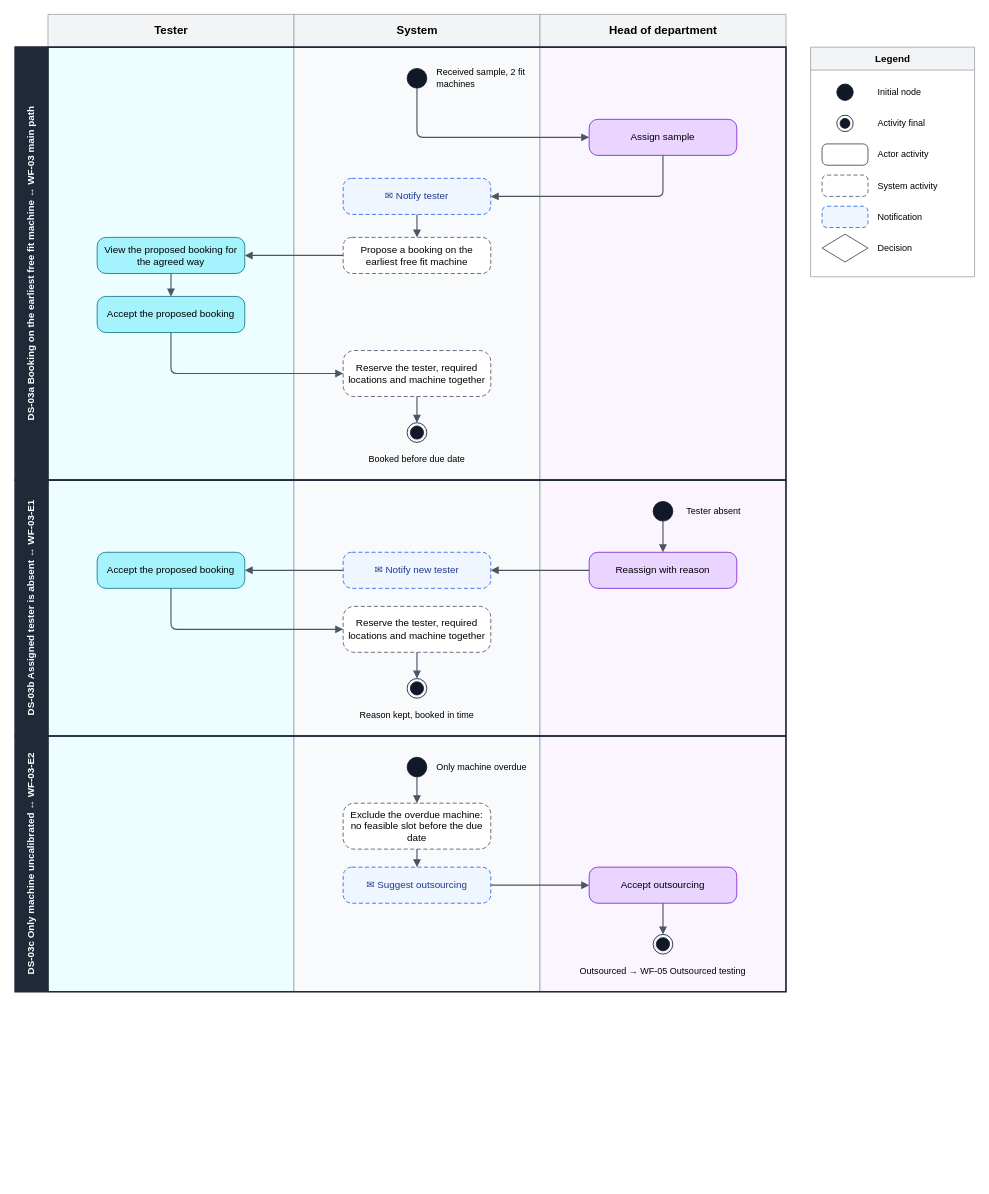
SoltuneMontepre/medilab keeps this draw.io diagram as page "WF-03 Demo scenarios" (2 of 2) of docs/reports/activity-diagram/flows-work-of-tuyen/[Flow] WF-03 Testing assignment and scheduling.drawio. Above is the earlier version. Source tidied: cells renumbered, new cells numbered last; positions are measured from the earlier drawing's top-left corner, leaving out a move shared by most shapes. Both pictures are drawn from the tidied source at 82%, with x=0, y=0 at pixel (15, 14).
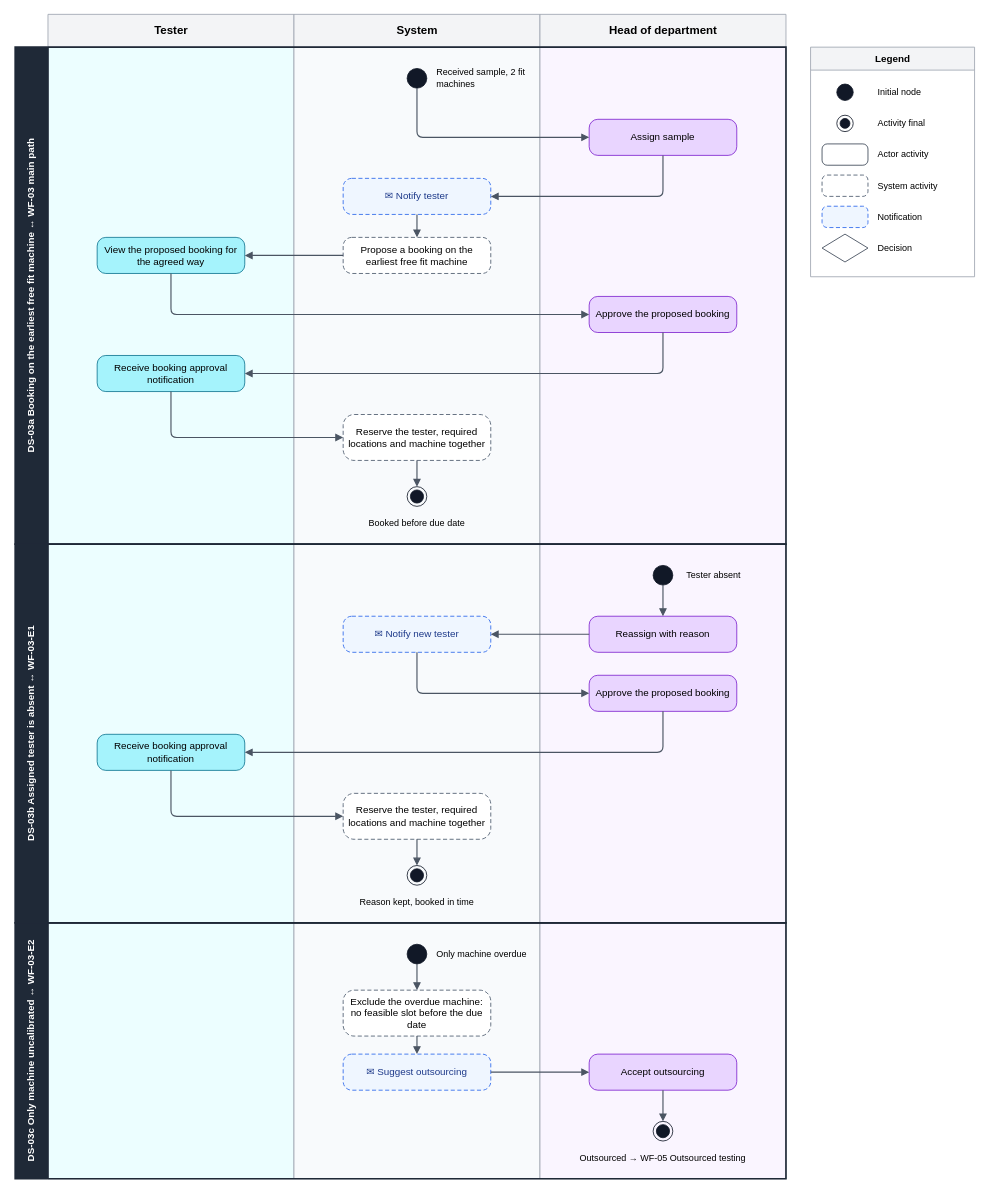
Above is the later version.

Commit message (it also covers changes not shown here):
[docs] Have the head approve every feasible WF-03 booking

Unchanged cells that the change refers to:
```xml
<mxCell id="9" value="View the proposed booking for the agreed way" style="rounded=1;arcSize=24;whiteSpace=wrap;html=1;fontSize=12;fillColor=#A5F3FC;strokeColor=#0E7490;" parent="1" vertex="1">
  <mxGeometry x="100" y="272" width="180" height="44" as="geometry" />
</mxCell>
```

Diff of the diagram source:
```diff
@@
     <mxCell id="2" value="Tester" style="swimlane;startSize=40;fillColor=#F3F4F6;swimlaneFillColor=#ECFEFF;strokeColor=#9CA3AF;fontStyle=1;fontSize=14;html=1;" parent="1" vertex="1">
-      <mxGeometry x="40" width="300" height="1192" as="geometry" />
+      <mxGeometry x="40" width="300" height="1420" as="geometry" />
     </mxCell>
     <mxCell id="3" value="System" style="swimlane;startSize=40;fillColor=#F3F4F6;swimlaneFillColor=#F8FAFC;strokeColor=#9CA3AF;fontStyle=1;fontSize=14;html=1;" parent="1" vertex="1">
-      <mxGeometry x="340" width="300" height="1192" as="geometry" />
+      <mxGeometry x="340" width="300" height="1420" as="geometry" />
     </mxCell>
     <mxCell id="4" value="Head of department" style="swimlane;startSize=40;fillColor=#F3F4F6;swimlaneFillColor=#FAF5FF;strokeColor=#9CA3AF;fontStyle=1;fontSize=14;html=1;" parent="1" vertex="1">
-      <mxGeometry x="640" width="300" height="1192" as="geometry" />
+      <mxGeometry x="640" width="300" height="1420" as="geometry" />
     </mxCell>
@@
-    <mxCell id="11" value="Accept the proposed booking" style="rounded=1;arcSize=24;whiteSpace=wrap;html=1;fontSize=12;fillColor=#A5F3FC;strokeColor=#0E7490;" parent="1" vertex="1">
-      <mxGeometry x="100" y="344" width="180" height="44" as="geometry" />
+    <mxCell id="11" value="Receive booking approval notification" style="rounded=1;arcSize=24;whiteSpace=wrap;html=1;fontSize=12;fillColor=#A5F3FC;strokeColor=#0E7490;" parent="1" vertex="1">
+      <mxGeometry x="100" y="416" width="180" height="44" as="geometry" />
     </mxCell>
     <mxCell id="12" value="Reserve the tester, required locations and machine together" style="rounded=1;arcSize=24;dashed=1;dashPattern=5 3;whiteSpace=wrap;html=1;fontSize=12;fillColor=#FFFFFF;strokeColor=#475569;" parent="1" vertex="1">
-      <mxGeometry x="400" y="410" width="180" height="56" as="geometry" />
+      <mxGeometry x="400" y="488" width="180" height="56" as="geometry" />
     </mxCell>
+    <mxCell id="62" value="Approve the proposed booking" style="rounded=1;arcSize=24;whiteSpace=wrap;html=1;fontSize=12;fillColor=#E9D5FF;strokeColor=#7E22CE;" parent="1" vertex="1">
+      <mxGeometry x="700" y="344" width="180" height="44" as="geometry" />
+    </mxCell>
     <mxCell id="13" style="shape=endState;html=1;fillColor=#111827;strokeColor=#111827;" parent="1" vertex="1">
-      <mxGeometry x="478" y="498" width="24" height="24" as="geometry" />
+      <mxGeometry x="478" y="576" width="24" height="24" as="geometry" />
     </mxCell>
     <mxCell id="14" value="Booked before due date" style="text;html=1;whiteSpace=wrap;fontSize=11;verticalAlign=middle;align=center;" parent="1" vertex="1">
-      <mxGeometry x="365" y="529" width="250" height="28" as="geometry" />
+      <mxGeometry x="365" y="607" width="250" height="28" as="geometry" />
     </mxCell>
@@
-    <mxCell id="19" style="edgeStyle=orthogonalEdgeStyle;rounded=1;arcSize=14;strokeColor=#4B5563;strokeWidth=1.4;endArrow=block;endFill=1;endSize=6;fontSize=11;fontStyle=2;labelBackgroundColor=#ffffff;jumpStyle=arc;jumpSize=8;html=1;exitX=0.5;exitY=1;exitDx=0;exitDy=0;entryX=0.5;entryY=0;entryDx=0;entryDy=0;" parent="1" edge="1" source="9" target="11">
-      <mxGeometry relative="1" as="geometry" />
+    <mxCell id="19" style="edgeStyle=orthogonalEdgeStyle;rounded=1;arcSize=14;strokeColor=#4B5563;strokeWidth=1.4;endArrow=block;endFill=1;endSize=6;fontSize=11;fontStyle=2;labelBackgroundColor=#ffffff;jumpStyle=arc;jumpSize=8;html=1;exitDx=0;exitDy=0;entryDx=0;entryDy=0;exitX=0.5;exitY=1;entryX=0;entryY=0.5;" parent="1" edge="1" source="9" target="62">
+      <mxGeometry relative="1" as="geometry">
+        <Array as="points">
+          <mxPoint x="190" y="366" />
+        </Array>
+      </mxGeometry>
     </mxCell>
+    <mxCell id="63" style="edgeStyle=orthogonalEdgeStyle;rounded=1;arcSize=14;strokeColor=#4B5563;strokeWidth=1.4;endArrow=block;endFill=1;endSize=6;fontSize=11;fontStyle=2;labelBackgroundColor=#ffffff;jumpStyle=arc;jumpSize=8;html=1;exitDx=0;exitDy=0;entryDx=0;entryDy=0;exitX=0.5;exitY=1;entryX=1;entryY=0.5;" parent="1" edge="1" source="62" target="11">
+      <mxGeometry relative="1" as="geometry">
+        <Array as="points">
+          <mxPoint x="790" y="438" />
+        </Array>
+      </mxGeometry>
+    </mxCell>
-    <mxCell id="20" style="edgeStyle=orthogonalEdgeStyle;rounded=1;arcSize=14;strokeColor=#4B5563;strokeWidth=1.4;endArrow=block;endFill=1;endSize=6;fontSize=11;fontStyle=2;labelBackgroundColor=#ffffff;jumpStyle=arc;jumpSize=8;html=1;exitX=0.5;exitY=1;exitDx=0;exitDy=0;entryX=0;entryY=0.5;entryDx=0;entryDy=0;" parent="1" edge="1" source="11" target="12">
+    <mxCell id="20" style="edgeStyle=orthogonalEdgeStyle;rounded=1;arcSize=14;strokeColor=#4B5563;strokeWidth=1.4;endArrow=block;endFill=1;endSize=6;fontSize=11;fontStyle=2;labelBackgroundColor=#ffffff;jumpStyle=arc;jumpSize=8;html=1;exitDx=0;exitDy=0;entryDx=0;entryDy=0;exitX=0.5;exitY=1;entryX=0;entryY=0.5;" parent="1" edge="1" source="11" target="12">
       <mxGeometry relative="1" as="geometry">
         <Array as="points">
-          <mxPoint x="190" y="438" />
+          <mxPoint x="190" y="516" />
         </Array>
       </mxGeometry>
     </mxCell>
@@
     <mxCell id="22" value="DS-03a Booking on the earliest free fit machine ↔ WF-03 main path" style="swimlane;horizontal=0;startSize=40;fillColor=#1F2937;fontColor=#FFFFFF;swimlaneFillColor=none;strokeColor=#1F2937;strokeWidth=2;fontStyle=1;fontSize=12;whiteSpace=wrap;html=1;" parent="1" vertex="1">
-      <mxGeometry y="40" width="940" height="528" as="geometry" />
+      <mxGeometry y="40" width="940" height="606" as="geometry" />
     </mxCell>
     <mxCell id="23" style="ellipse;html=1;fillColor=#111827;strokeColor=#111827;" parent="1" vertex="1">
-      <mxGeometry x="778" y="594" width="24" height="24" as="geometry" />
+      <mxGeometry x="778" y="672" width="24" height="24" as="geometry" />
     </mxCell>
     <mxCell id="24" value="Tester absent" style="text;html=1;whiteSpace=wrap;fontSize=11;verticalAlign=middle;align=left;" parent="1" vertex="1">
-      <mxGeometry x="817" y="581" width="200" height="50" as="geometry" />
+      <mxGeometry x="817" y="659" width="200" height="50" as="geometry" />
     </mxCell>
     <mxCell id="25" value="Reassign with reason" style="rounded=1;arcSize=24;whiteSpace=wrap;html=1;fontSize=12;fillColor=#E9D5FF;strokeColor=#7E22CE;" parent="1" vertex="1">
-      <mxGeometry x="700" y="656" width="180" height="44" as="geometry" />
+      <mxGeometry x="700" y="734" width="180" height="44" as="geometry" />
     </mxCell>
     <mxCell id="26" value="✉ Notify new tester" style="rounded=1;arcSize=24;dashed=1;dashPattern=5 3;whiteSpace=wrap;html=1;fontSize=12;fillColor=#EFF6FF;strokeColor=#2563EB;fontColor=#1E3A8A;" parent="1" vertex="1">
-      <mxGeometry x="400" y="656" width="180" height="44" as="geometry" />
+      <mxGeometry x="400" y="734" width="180" height="44" as="geometry" />
     </mxCell>
-    <mxCell id="27" value="Accept the proposed booking" style="rounded=1;arcSize=24;whiteSpace=wrap;html=1;fontSize=12;fillColor=#A5F3FC;strokeColor=#0E7490;" parent="1" vertex="1">
-      <mxGeometry x="100" y="656" width="180" height="44" as="geometry" />
+    <mxCell id="27" value="Receive booking approval notification" style="rounded=1;arcSize=24;whiteSpace=wrap;html=1;fontSize=12;fillColor=#A5F3FC;strokeColor=#0E7490;" parent="1" vertex="1">
+      <mxGeometry x="100" y="878" width="180" height="44" as="geometry" />
     </mxCell>
     <mxCell id="28" value="Reserve the tester, required locations and machine together" style="rounded=1;arcSize=24;dashed=1;dashPattern=5 3;whiteSpace=wrap;html=1;fontSize=12;fillColor=#FFFFFF;strokeColor=#475569;" parent="1" vertex="1">
-      <mxGeometry x="400" y="722" width="180" height="56" as="geometry" />
+      <mxGeometry x="400" y="950" width="180" height="56" as="geometry" />
     </mxCell>
+    <mxCell id="64" value="Approve the proposed booking" style="rounded=1;arcSize=24;whiteSpace=wrap;html=1;fontSize=12;fillColor=#E9D5FF;strokeColor=#7E22CE;" parent="1" vertex="1">
+      <mxGeometry x="700" y="806" width="180" height="44" as="geometry" />
+    </mxCell>
     <mxCell id="29" style="shape=endState;html=1;fillColor=#111827;strokeColor=#111827;" parent="1" vertex="1">
-      <mxGeometry x="478" y="810" width="24" height="24" as="geometry" />
+      <mxGeometry x="478" y="1038" width="24" height="24" as="geometry" />
     </mxCell>
     <mxCell id="30" value="Reason kept, booked in time" style="text;html=1;whiteSpace=wrap;fontSize=11;verticalAlign=middle;align=center;" parent="1" vertex="1">
-      <mxGeometry x="365" y="841" width="250" height="28" as="geometry" />
+      <mxGeometry x="365" y="1069" width="250" height="28" as="geometry" />
     </mxCell>
@@
-    <mxCell id="33" style="edgeStyle=orthogonalEdgeStyle;rounded=1;arcSize=14;strokeColor=#4B5563;strokeWidth=1.4;endArrow=block;endFill=1;endSize=6;fontSize=11;fontStyle=2;labelBackgroundColor=#ffffff;jumpStyle=arc;jumpSize=8;html=1;exitX=0;exitY=0.5;exitDx=0;exitDy=0;entryX=1;entryY=0.5;entryDx=0;entryDy=0;" parent="1" edge="1" source="26" target="27">
-      <mxGeometry relative="1" as="geometry" />
+    <mxCell id="33" style="edgeStyle=orthogonalEdgeStyle;rounded=1;arcSize=14;strokeColor=#4B5563;strokeWidth=1.4;endArrow=block;endFill=1;endSize=6;fontSize=11;fontStyle=2;labelBackgroundColor=#ffffff;jumpStyle=arc;jumpSize=8;html=1;exitDx=0;exitDy=0;entryDx=0;entryDy=0;exitX=0.5;exitY=1;entryX=0;entryY=0.5;" parent="1" edge="1" source="26" target="64">
+      <mxGeometry relative="1" as="geometry">
+        <Array as="points">
+          <mxPoint x="490" y="828" />
+        </Array>
+      </mxGeometry>
     </mxCell>
+    <mxCell id="65" style="edgeStyle=orthogonalEdgeStyle;rounded=1;arcSize=14;strokeColor=#4B5563;strokeWidth=1.4;endArrow=block;endFill=1;endSize=6;fontSize=11;fontStyle=2;labelBackgroundColor=#ffffff;jumpStyle=arc;jumpSize=8;html=1;exitDx=0;exitDy=0;entryDx=0;entryDy=0;exitX=0.5;exitY=1;entryX=1;entryY=0.5;" parent="1" edge="1" source="64" target="27">
+      <mxGeometry relative="1" as="geometry">
+        <Array as="points">
+          <mxPoint x="790" y="900" />
+        </Array>
+      </mxGeometry>
+    </mxCell>
-    <mxCell id="34" style="edgeStyle=orthogonalEdgeStyle;rounded=1;arcSize=14;strokeColor=#4B5563;strokeWidth=1.4;endArrow=block;endFill=1;endSize=6;fontSize=11;fontStyle=2;labelBackgroundColor=#ffffff;jumpStyle=arc;jumpSize=8;html=1;exitX=0.5;exitY=1;exitDx=0;exitDy=0;entryX=0;entryY=0.5;entryDx=0;entryDy=0;" parent="1" edge="1" source="27" target="28">
+    <mxCell id="34" style="edgeStyle=orthogonalEdgeStyle;rounded=1;arcSize=14;strokeColor=#4B5563;strokeWidth=1.4;endArrow=block;endFill=1;endSize=6;fontSize=11;fontStyle=2;labelBackgroundColor=#ffffff;jumpStyle=arc;jumpSize=8;html=1;exitDx=0;exitDy=0;entryDx=0;entryDy=0;exitX=0.5;exitY=1;entryX=0;entryY=0.5;" parent="1" edge="1" source="27" target="28">
       <mxGeometry relative="1" as="geometry">
         <Array as="points">
-          <mxPoint x="190" y="750" />
+          <mxPoint x="190" y="978" />
         </Array>
       </mxGeometry>
     </mxCell>
@@
     <mxCell id="36" value="DS-03b Assigned tester is absent ↔ WF-03-E1" style="swimlane;horizontal=0;startSize=40;fillColor=#1F2937;fontColor=#FFFFFF;swimlaneFillColor=none;strokeColor=#1F2937;strokeWidth=2;fontStyle=1;fontSize=12;whiteSpace=wrap;html=1;" parent="1" vertex="1">
-      <mxGeometry y="568" width="940" height="312" as="geometry" />
+      <mxGeometry y="646" width="940" height="462" as="geometry" />
     </mxCell>
     <mxCell id="37" style="ellipse;html=1;fillColor=#111827;strokeColor=#111827;" parent="1" vertex="1">
-      <mxGeometry x="478" y="906" width="24" height="24" as="geometry" />
+      <mxGeometry x="478" y="1134" width="24" height="24" as="geometry" />
     </mxCell>
     <mxCell id="38" value="Only machine overdue" style="text;html=1;whiteSpace=wrap;fontSize=11;verticalAlign=middle;align=left;" parent="1" vertex="1">
-      <mxGeometry x="512" y="893" width="125" height="50" as="geometry" />
+      <mxGeometry x="512" y="1121" width="125" height="50" as="geometry" />
     </mxCell>
     <mxCell id="39" value="Exclude the overdue machine: no feasible slot before the due date" style="rounded=1;arcSize=24;dashed=1;dashPattern=5 3;whiteSpace=wrap;html=1;fontSize=12;fillColor=#FFFFFF;strokeColor=#475569;" parent="1" vertex="1">
-      <mxGeometry x="400" y="962" width="180" height="56" as="geometry" />
+      <mxGeometry x="400" y="1190" width="180" height="56" as="geometry" />
     </mxCell>
     <mxCell id="40" value="✉ Suggest outsourcing" style="rounded=1;arcSize=24;dashed=1;dashPattern=5 3;whiteSpace=wrap;html=1;fontSize=12;fillColor=#EFF6FF;strokeColor=#2563EB;fontColor=#1E3A8A;" parent="1" vertex="1">
-      <mxGeometry x="400" y="1040" width="180" height="44" as="geometry" />
+      <mxGeometry x="400" y="1268" width="180" height="44" as="geometry" />
     </mxCell>
     <mxCell id="41" value="Accept outsourcing" style="rounded=1;arcSize=24;whiteSpace=wrap;html=1;fontSize=12;fillColor=#E9D5FF;strokeColor=#7E22CE;" parent="1" vertex="1">
-      <mxGeometry x="700" y="1040" width="180" height="44" as="geometry" />
+      <mxGeometry x="700" y="1268" width="180" height="44" as="geometry" />
     </mxCell>
     <mxCell id="42" style="shape=endState;html=1;fillColor=#111827;strokeColor=#111827;" parent="1" vertex="1">
-      <mxGeometry x="778" y="1122" width="24" height="24" as="geometry" />
+      <mxGeometry x="778" y="1350" width="24" height="24" as="geometry" />
     </mxCell>
     <mxCell id="43" value="Outsourced → WF-05 Outsourced testing" style="text;html=1;whiteSpace=wrap;fontSize=11;verticalAlign=middle;align=center;" parent="1" vertex="1">
-      <mxGeometry x="665" y="1153" width="250" height="28" as="geometry" />
+      <mxGeometry x="665" y="1381" width="250" height="28" as="geometry" />
     </mxCell>
@@
     <mxCell id="48" value="DS-03c Only machine uncalibrated ↔ WF-03-E2" style="swimlane;horizontal=0;startSize=40;fillColor=#1F2937;fontColor=#FFFFFF;swimlaneFillColor=none;strokeColor=#1F2937;strokeWidth=2;fontStyle=1;fontSize=12;whiteSpace=wrap;html=1;" parent="1" vertex="1">
-      <mxGeometry y="880" width="940" height="312" as="geometry" />
+      <mxGeometry y="1108" width="940" height="312" as="geometry" />
     </mxCell>
```
